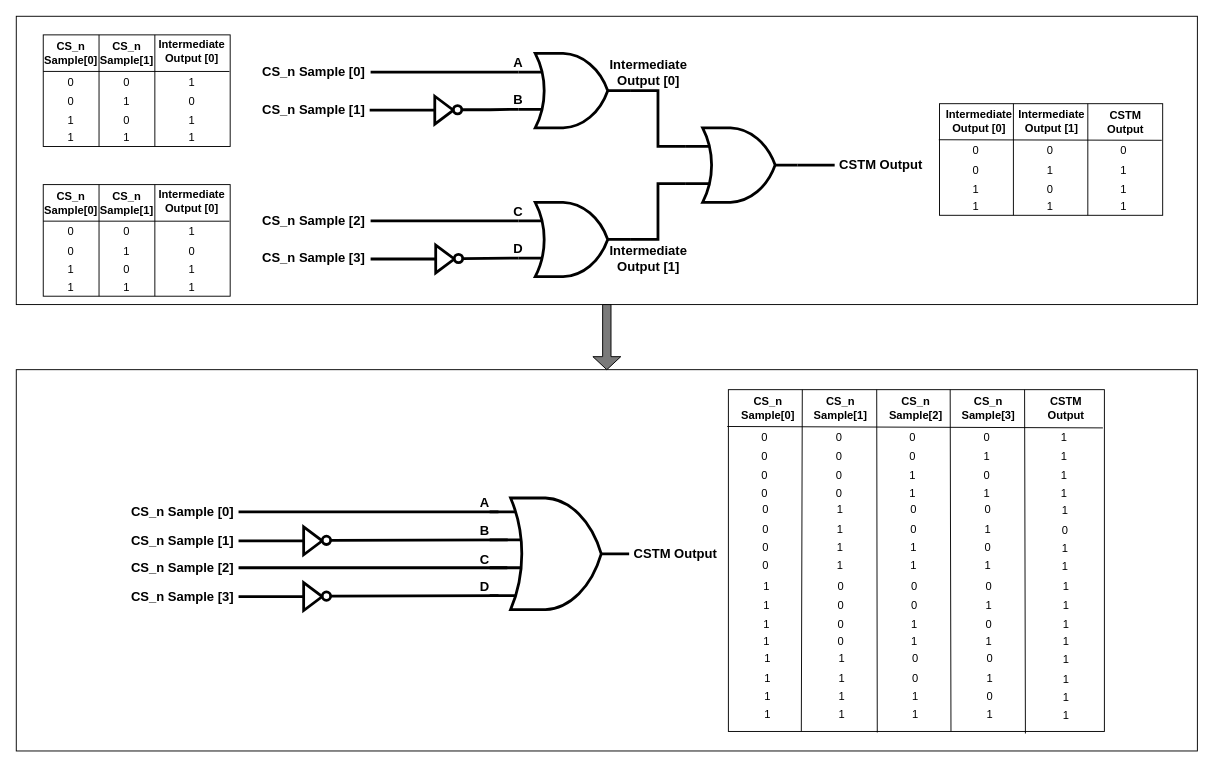
Above: docs/images/commandbustraining/cstmlogic.drawio in shingaridavesh/memoryandarchitecture (draw.io), before the change. Source tidied: cells renumbered, new cells numbered last; positions are measured from the earlier drawing's top-left corner, leaving out a move shared by most shapes. Both pictures are drawn from the tidied source at 93%, with x=0, y=0 at pixel (16, 16).
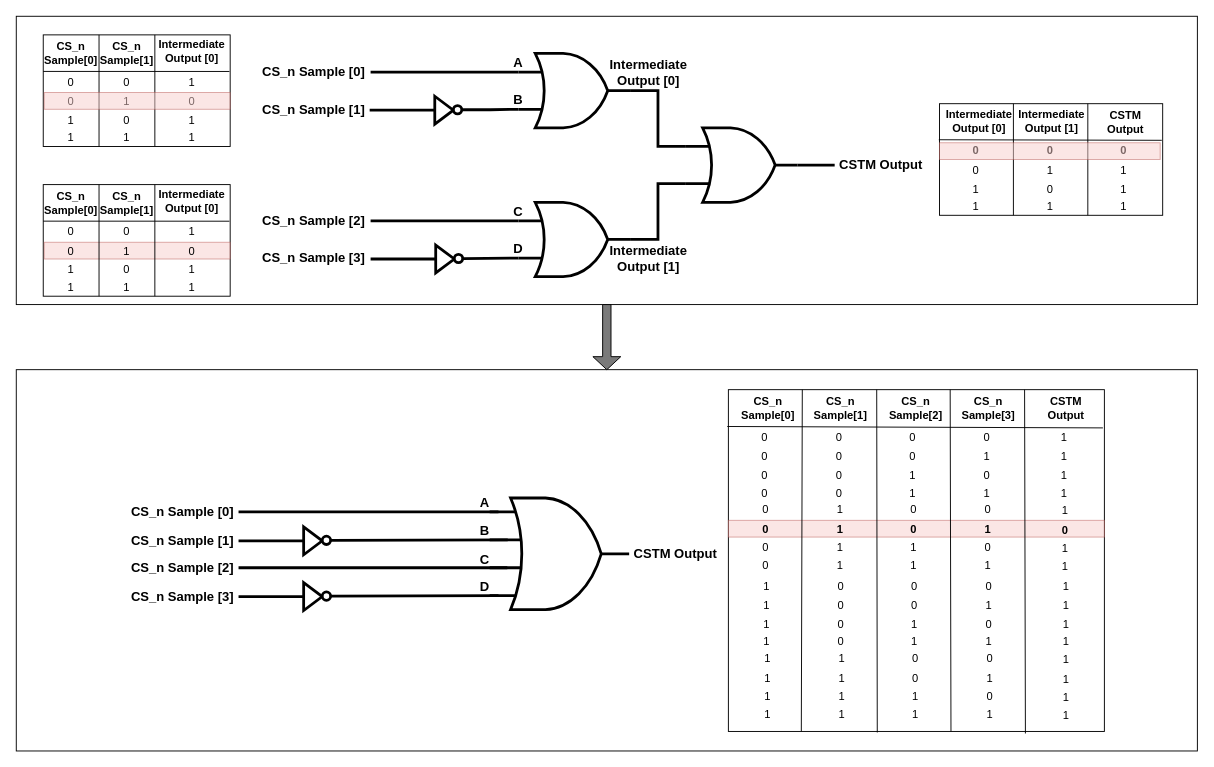
After the change.

Diff of the diagram source:
```diff
@@
-    <mxCell id="2" style="rounded=0;whiteSpace=wrap;html=1;" parent="1" vertex="1">
-      <mxGeometry y="380" width="1270" height="410" as="geometry" />
-    </mxCell>
@@
+    <mxCell id="71" style="rounded=0;whiteSpace=wrap;html=1;" parent="1" vertex="1">
+      <mxGeometry x="29" y="181" width="201" height="120" as="geometry" />
+    </mxCell>
+    <mxCell id="200" style="rounded=0;whiteSpace=wrap;html=1;fillColor=#f8cecc;strokeColor=#b85450;opacity=50;" parent="1" vertex="1">
+      <mxGeometry x="30" y="243" width="200" height="18" as="geometry" />
+    </mxCell>
+    <mxCell id="2" style="rounded=0;whiteSpace=wrap;html=1;" parent="1" vertex="1">
+      <mxGeometry y="380" width="1270" height="410" as="geometry" />
+    </mxCell>
+    <mxCell id="109" style="rounded=0;whiteSpace=wrap;html=1;" parent="1" vertex="1">
+      <mxGeometry x="765.7" y="401.5" width="404.3" height="367.5" as="geometry" />
+    </mxCell>
+    <mxCell id="201" style="rounded=0;whiteSpace=wrap;html=1;fillColor=#f8cecc;strokeColor=#b85450;opacity=50;" parent="1" vertex="1">
+      <mxGeometry x="765.7" y="542" width="404.3" height="18" as="geometry" />
+    </mxCell>
@@
-    <mxCell id="71" style="rounded=0;whiteSpace=wrap;html=1;" parent="1" vertex="1">
-      <mxGeometry x="29" y="181" width="201" height="120" as="geometry" />
-    </mxCell>
@@
-    <mxCell id="96" value="0" style="text;html=1;align=center;verticalAlign=middle;whiteSpace=wrap;rounded=0;" parent="1" vertex="1">
+    <mxCell id="96" value="0" style="text;html=1;align=center;verticalAlign=middle;whiteSpace=wrap;rounded=0;fontStyle=1;" parent="1" vertex="1">
       <mxGeometry x="1002.2" y="140" width="60" height="10" as="geometry" />
     </mxCell>
@@
-    <mxCell id="100" value="0" style="text;html=1;align=center;verticalAlign=middle;whiteSpace=wrap;rounded=0;" parent="1" vertex="1">
+    <mxCell id="100" value="0" style="text;html=1;align=center;verticalAlign=middle;whiteSpace=wrap;rounded=0;fontStyle=1;" parent="1" vertex="1">
       <mxGeometry x="1082.2" y="140" width="60" height="10" as="geometry" />
     </mxCell>
@@
-    <mxCell id="104" value="0" style="text;html=1;align=center;verticalAlign=middle;whiteSpace=wrap;rounded=0;" parent="1" vertex="1">
+    <mxCell id="104" value="0" style="text;html=1;align=center;verticalAlign=middle;whiteSpace=wrap;rounded=0;fontStyle=1;" parent="1" vertex="1">
       <mxGeometry x="1161.2" y="140" width="60" height="10" as="geometry" />
     </mxCell>
@@
-    <mxCell id="109" style="rounded=0;whiteSpace=wrap;html=1;" parent="1" vertex="1">
-      <mxGeometry x="765.7" y="401.5" width="404.3" height="367.5" as="geometry" />
-    </mxCell>
@@
-    <mxCell id="141" value="0" style="text;html=1;align=center;verticalAlign=middle;whiteSpace=wrap;rounded=0;" parent="1" vertex="1">
+    <mxCell id="141" value="0" style="text;html=1;align=center;verticalAlign=middle;whiteSpace=wrap;rounded=0;fontStyle=1;" parent="1" vertex="1">
       <mxGeometry x="776" y="547" width="60" height="10" as="geometry" />
     </mxCell>
@@
-    <mxCell id="145" value="1" style="text;html=1;align=center;verticalAlign=middle;whiteSpace=wrap;rounded=0;" parent="1" vertex="1">
+    <mxCell id="145" value="1" style="text;html=1;align=center;verticalAlign=middle;whiteSpace=wrap;rounded=0;fontStyle=1;" parent="1" vertex="1">
       <mxGeometry x="856" y="547" width="60" height="10" as="geometry" />
     </mxCell>
@@
-    <mxCell id="149" value="0" style="text;html=1;align=center;verticalAlign=middle;whiteSpace=wrap;rounded=0;" parent="1" vertex="1">
+    <mxCell id="149" value="0" style="text;html=1;align=center;verticalAlign=middle;whiteSpace=wrap;rounded=0;fontStyle=1;" parent="1" vertex="1">
       <mxGeometry x="1097.8" y="547.5" width="60" height="10" as="geometry" />
     </mxCell>
@@
-    <mxCell id="153" value="0" style="text;html=1;align=center;verticalAlign=middle;whiteSpace=wrap;rounded=0;" parent="1" vertex="1">
+    <mxCell id="153" value="0" style="text;html=1;align=center;verticalAlign=middle;whiteSpace=wrap;rounded=0;fontStyle=1;" parent="1" vertex="1">
       <mxGeometry x="935" y="547" width="60" height="10" as="geometry" />
     </mxCell>
@@
-    <mxCell id="157" value="1" style="text;html=1;align=center;verticalAlign=middle;whiteSpace=wrap;rounded=0;" parent="1" vertex="1">
+    <mxCell id="157" value="1" style="text;html=1;align=center;verticalAlign=middle;whiteSpace=wrap;rounded=0;fontStyle=1;" parent="1" vertex="1">
       <mxGeometry x="1015" y="547" width="60" height="10" as="geometry" />
     </mxCell>
@@
+    <mxCell id="202" style="rounded=0;whiteSpace=wrap;html=1;fillColor=#f8cecc;strokeColor=#b85450;opacity=50;" parent="1" vertex="1">
+      <mxGeometry x="30" y="82" width="200" height="18" as="geometry" />
+    </mxCell>
+    <mxCell id="203" style="rounded=0;whiteSpace=wrap;html=1;fillColor=#f8cecc;strokeColor=#b85450;opacity=50;" parent="1" vertex="1">
+      <mxGeometry x="992.7" y="136" width="237.3" height="18" as="geometry" />
+    </mxCell>
```
